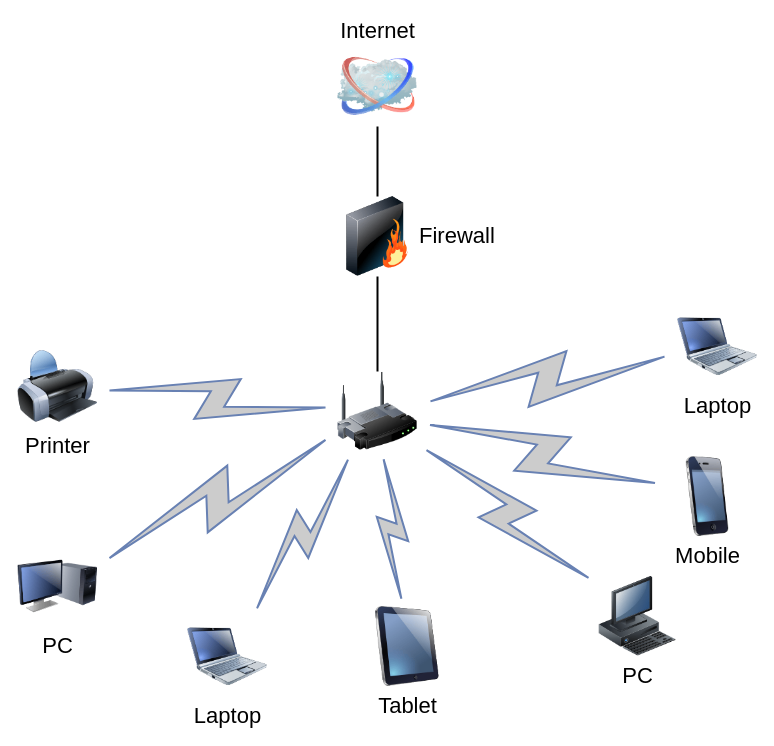
The draw.io diagram 低标准老旧AP原型环境.drawio in zeandon/draw.io, before the edit. Source tidied: cells renumbered, new cells numbered last; positions are measured from the earlier drawing's top-left corner, leaving out a move shared by most shapes. Both pictures are drawn from the tidied source at 100%, with x=0, y=0 at pixel (17, 46).
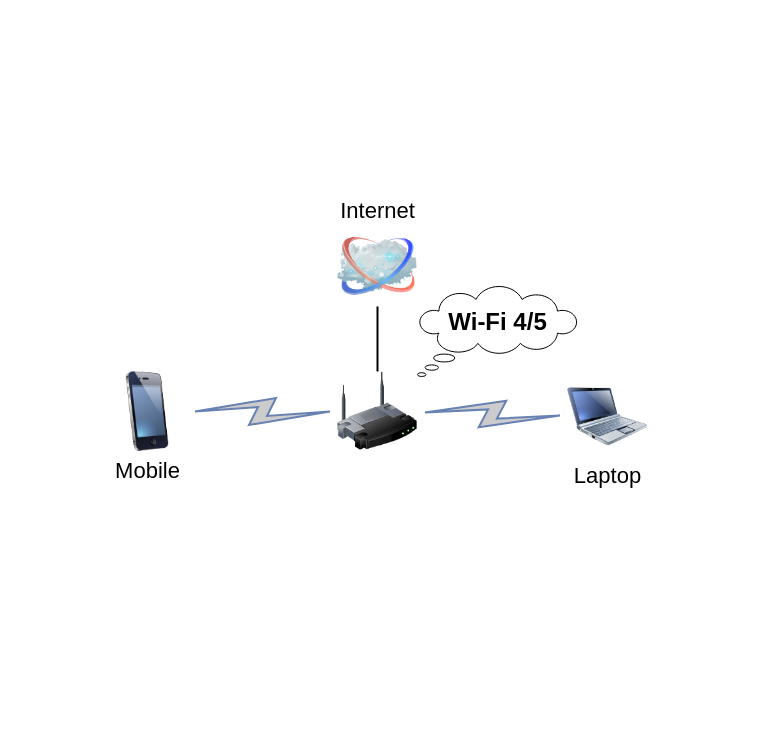
The same diagram, later.

Commit message:
更新低标准老旧AP原型环境.drawio

The change refers to these unchanged cells:
```xml
<mxCell id="3" style="image;html=1;labelBackgroundColor=#ffffff;image=img/lib/clip_art/networking/Wireless_Router_128x128.png;rounded=1;shadow=0;comic=0;strokeWidth=2;fontSize=22;" parent="1" vertex="1">
  <mxGeometry x="320" y="325" width="80" height="80" as="geometry" />
</mxCell>
```

What changed in the source:
```diff
@@
-    <mxCell id="2" style="edgeStyle=none;rounded=0;html=1;labelBackgroundColor=none;endArrow=none;strokeWidth=2;fontFamily=Verdana;fontSize=22;" parent="1" edge="1" source="3" target="6">
+    <mxCell id="2" style="edgeStyle=none;rounded=0;html=1;labelBackgroundColor=none;endArrow=none;strokeWidth=2;fontFamily=Verdana;fontSize=22;" parent="1" edge="1" source="3" target="4">
       <mxGeometry relative="1" as="geometry" />
     </mxCell>
@@
     <mxCell id="4" value="Internet" style="image;html=1;labelBackgroundColor=#ffffff;image=img/lib/clip_art/networking/Cloud_128x128.png;rounded=1;shadow=0;comic=0;strokeWidth=2;fontSize=22;labelPosition=center;verticalLabelPosition=top;align=center;verticalAlign=bottom;" parent="1" vertex="1">
-      <mxGeometry x="320" width="80" height="80" as="geometry" />
+      <mxGeometry x="320" y="180" width="80" height="80" as="geometry" />
     </mxCell>
-    <mxCell id="5" style="edgeStyle=none;rounded=0;html=1;labelBackgroundColor=none;endArrow=none;strokeWidth=2;fontFamily=Verdana;fontSize=22;" parent="1" edge="1" source="6" target="4">
-      <mxGeometry relative="1" as="geometry" />
-    </mxCell>
-    <mxCell id="6" value="Firewall" style="image;html=1;labelBackgroundColor=#ffffff;image=img/lib/clip_art/networking/Firewall_128x128.png;rounded=1;shadow=0;comic=0;strokeWidth=2;fontSize=22;labelPosition=right;verticalLabelPosition=middle;align=left;verticalAlign=middle;" parent="1" vertex="1">
-      <mxGeometry x="320" y="150" width="80" height="80" as="geometry" />
-    </mxCell>
-    <mxCell id="7" value="Tablet" style="image;html=1;labelBackgroundColor=#ffffff;image=img/lib/clip_art/computers/iPad_128x128.png;rounded=1;shadow=0;comic=0;strokeWidth=2;fontSize=22;" parent="1" vertex="1">
-      <mxGeometry x="350" y="560" width="80" height="80" as="geometry" />
-    </mxCell>
-    <mxCell id="8" value="PC" style="image;html=1;labelBackgroundColor=#ffffff;image=img/lib/clip_art/computers/Monitor_Tower_128x128.png;rounded=1;shadow=0;comic=0;strokeWidth=2;fontSize=22;" parent="1" vertex="1">
-      <mxGeometry y="500" width="80" height="80" as="geometry" />
-    </mxCell>
-    <mxCell id="9" value="Printer" style="image;html=1;labelBackgroundColor=#ffffff;image=img/lib/clip_art/computers/Printer_128x128.png;rounded=1;shadow=0;comic=0;strokeWidth=2;fontSize=22;" parent="1" vertex="1">
-      <mxGeometry y="300" width="80" height="80" as="geometry" />
-    </mxCell>
-    <mxCell id="10" value="PC" style="image;html=1;labelBackgroundColor=#ffffff;image=img/lib/clip_art/computers/Workstation_128x128.png;rounded=1;shadow=0;comic=0;strokeWidth=2;fontSize=22;" parent="1" vertex="1">
-      <mxGeometry x="580" y="530" width="80" height="80" as="geometry" />
-    </mxCell>
     <mxCell id="11" value="Mobile" style="image;html=1;labelBackgroundColor=#ffffff;image=img/lib/clip_art/telecommunication/iPhone_128x128.png;rounded=1;shadow=0;comic=0;strokeWidth=2;fontSize=22;" parent="1" vertex="1">
-      <mxGeometry x="650" y="410" width="80" height="80" as="geometry" />
+      <mxGeometry x="90" y="325" width="80" height="80" as="geometry" />
     </mxCell>
     <mxCell id="12" value="Laptop" style="image;html=1;labelBackgroundColor=#ffffff;image=img/lib/clip_art/computers/Netbook_128x128.png;rounded=1;shadow=0;comic=0;strokeColor=#000000;strokeWidth=2;fillColor=#FFFFFF;fontSize=22;fontColor=#000000;" parent="1" vertex="1">
-      <mxGeometry x="660" y="260" width="80" height="80" as="geometry" />
+      <mxGeometry x="550" y="330" width="80" height="80" as="geometry" />
     </mxCell>
-    <mxCell id="13" value="Laptop" style="image;html=1;labelBackgroundColor=#ffffff;image=img/lib/clip_art/computers/Netbook_128x128.png;rounded=1;shadow=0;comic=0;strokeWidth=2;fontSize=22;" parent="1" vertex="1">
-      <mxGeometry x="170" y="570" width="80" height="80" as="geometry" />
-    </mxCell>
-    <mxCell id="14" style="html=1;fillColor=#CCCCCC;strokeColor=#6881B3;gradientColor=none;gradientDirection=north;strokeWidth=2;shape=mxgraph.networks.comm_link_edge;html=1;labelBackgroundColor=none;endArrow=none;fontFamily=Verdana;fontSize=22;fontColor=#000000;" parent="1" edge="1" source="9" target="3">
-      <mxGeometry relative="1" as="geometry" />
-    </mxCell>
-    <mxCell id="15" style="html=1;fillColor=#CCCCCC;strokeColor=#6881B3;gradientColor=none;gradientDirection=north;strokeWidth=2;shape=mxgraph.networks.comm_link_edge;html=1;labelBackgroundColor=none;endArrow=none;fontFamily=Verdana;fontSize=22;fontColor=#000000;fontStyle=1;" parent="1" edge="1" source="8" target="3">
-      <mxGeometry relative="1" as="geometry" />
-    </mxCell>
-    <mxCell id="16" style="html=1;fillColor=#CCCCCC;strokeColor=#6881B3;gradientColor=none;gradientDirection=north;strokeWidth=2;shape=mxgraph.networks.comm_link_edge;html=1;labelBackgroundColor=none;endArrow=none;fontFamily=Verdana;fontSize=22;fontColor=#000000;" parent="1" edge="1" source="13" target="3">
-      <mxGeometry relative="1" as="geometry" />
-    </mxCell>
-    <mxCell id="17" style="html=1;fillColor=#CCCCCC;strokeColor=#6881B3;gradientColor=none;gradientDirection=north;strokeWidth=2;shape=mxgraph.networks.comm_link_edge;html=1;labelBackgroundColor=none;endArrow=none;fontFamily=Verdana;fontSize=22;fontColor=#000000;" parent="1" edge="1" source="7" target="3">
-      <mxGeometry relative="1" as="geometry" />
-    </mxCell>
-    <mxCell id="18" style="html=1;fillColor=#CCCCCC;strokeColor=#6881B3;gradientColor=none;gradientDirection=north;strokeWidth=2;shape=mxgraph.networks.comm_link_edge;html=1;labelBackgroundColor=none;endArrow=none;fontFamily=Verdana;fontSize=22;fontColor=#000000;" parent="1" edge="1" source="10" target="3">
-      <mxGeometry relative="1" as="geometry" />
-    </mxCell>
@@
+    <mxCell id="21" style="whiteSpace=wrap;html=1;shape=mxgraph.basic.cloud_callout;" parent="1" vertex="1">
+      <mxGeometry x="400" y="240" width="160" height="90" as="geometry" />
+    </mxCell>
+    <mxCell id="22" value="Wi-Fi 4/5" style="text;strokeColor=none;fillColor=none;html=1;fontSize=24;fontStyle=1;verticalAlign=middle;align=center;" parent="1" vertex="1">
+      <mxGeometry x="430" y="256" width="100" height="40" as="geometry" />
+    </mxCell>
```
